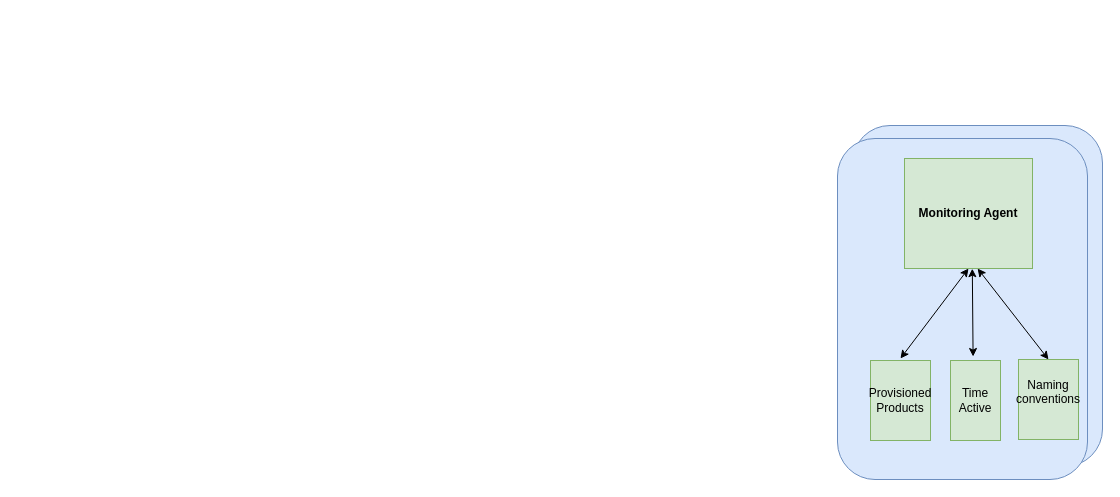
Above: Untitled Diagram.drawio in AchayoEarnest/AchayoEarnest (draw.io), before the change. Source tidied: cells renumbered, new cells numbered last; positions are measured from the earlier drawing's top-left corner, leaving out a move shared by most shapes. Both pictures are drawn from the tidied source at 100%, with x=0, y=0 at pixel (837, 125).
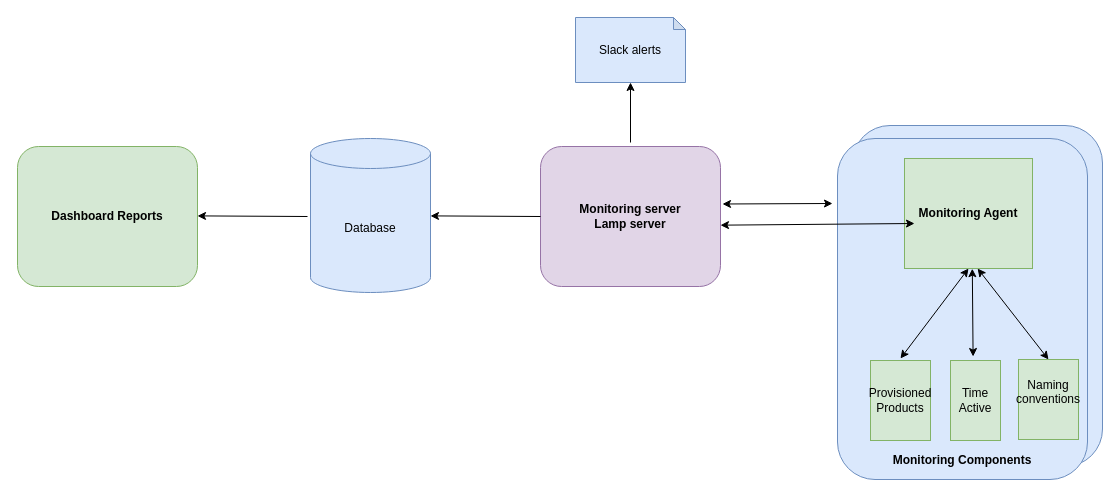
The same diagram, later.

What changed in the source:
```diff
@@
-<mxGraphModel>
+<mxGraphModel background="#ffffff">
@@
-    <mxCell id="3" style="rounded=1;whiteSpace=wrap;html=1;fillColor=#dae8fc;strokeColor=#6c8ebf;" parent="1" vertex="1">
+    <mxCell id="3" value="&lt;div&gt;&lt;br&gt;&lt;/div&gt;&lt;div&gt;&lt;br&gt;&lt;/div&gt;&lt;div&gt;&lt;br&gt;&lt;/div&gt;&lt;div&gt;&lt;br&gt;&lt;/div&gt;&lt;div&gt;&lt;br&gt;&lt;/div&gt;&lt;div&gt;&lt;br&gt;&lt;/div&gt;&lt;div&gt;&lt;br&gt;&lt;/div&gt;&lt;div&gt;&lt;br&gt;&lt;/div&gt;&lt;div&gt;&lt;br&gt;&lt;/div&gt;&lt;div&gt;&lt;br&gt;&lt;/div&gt;&lt;div&gt;&lt;br&gt;&lt;/div&gt;&lt;div&gt;&lt;br&gt;&lt;/div&gt;&lt;div&gt;&lt;br&gt;&lt;/div&gt;&lt;div&gt;&lt;br&gt;&lt;/div&gt;&lt;div&gt;&lt;br&gt;&lt;/div&gt;&lt;div&gt;&lt;br&gt;&lt;/div&gt;&lt;div&gt;&lt;br&gt;&lt;/div&gt;&lt;div&gt;&lt;br&gt;&lt;/div&gt;&lt;div&gt;&lt;br&gt;&lt;/div&gt;&lt;div&gt;&lt;br&gt;&lt;/div&gt;&lt;div&gt;&lt;br&gt;&lt;/div&gt;&lt;div&gt;&lt;b&gt;Monitoring Components&lt;/b&gt;&lt;/div&gt;" style="rounded=1;whiteSpace=wrap;html=1;fillColor=#dae8fc;strokeColor=#6c8ebf;" parent="1" vertex="1">
       <mxGeometry y="13" width="250" height="341" as="geometry" />
     </mxCell>
@@
+    <mxCell id="11" value="&lt;b&gt;Monitoring server&lt;/b&gt;&lt;div&gt;&lt;b&gt;Lamp server&lt;/b&gt;&lt;/div&gt;" style="rounded=1;whiteSpace=wrap;html=1;fillColor=#e1d5e7;strokeColor=#9673a6;" parent="1" vertex="1">
+      <mxGeometry x="-297" y="21" width="180" height="140" as="geometry" />
+    </mxCell>
+    <mxCell id="12" style="endArrow=classic;startArrow=classic;html=1;rounded=0;" parent="1" edge="1">
+      <mxGeometry relative="1" as="geometry">
+        <mxPoint x="-115" y="78.5" as="sourcePoint" />
+        <mxPoint x="-5" y="78" as="targetPoint" />
+      </mxGeometry>
+    </mxCell>
+    <mxCell id="13" style="endArrow=classic;startArrow=classic;html=1;rounded=0;entryX=0;entryY=0.5;entryDx=0;entryDy=0;exitX=1;exitY=0.562;exitDx=0;exitDy=0;exitPerimeter=0;" parent="1" edge="1" source="11">
+      <mxGeometry relative="1" as="geometry">
+        <mxPoint x="77" y="98" as="targetPoint" />
+      </mxGeometry>
+    </mxCell>
+    <mxCell id="14" value="Slack alerts" style="shape=note;whiteSpace=wrap;html=1;backgroundOutline=1;darkOpacity=0.05;direction=east;size=12;fillColor=#dae8fc;strokeColor=#6c8ebf;" parent="1" vertex="1">
+      <mxGeometry x="-262" y="-108" width="110" height="65" as="geometry" />
+    </mxCell>
+    <mxCell id="15" style="endArrow=classic;html=1;rounded=0;entryX=0.5;entryY=1;entryDx=0;entryDy=0;entryPerimeter=0;" parent="1" edge="1" target="14">
+      <mxGeometry relative="1" as="geometry">
+        <mxPoint x="-207" y="17" as="sourcePoint" />
+      </mxGeometry>
+    </mxCell>
+    <mxCell id="16" value="Database" style="shape=cylinder3;whiteSpace=wrap;html=1;boundedLbl=1;backgroundOutline=1;size=15;fillColor=#dae8fc;strokeColor=#6c8ebf;" parent="1" vertex="1">
+      <mxGeometry x="-527" y="13" width="120" height="154" as="geometry" />
+    </mxCell>
+    <mxCell id="17" value="&lt;b&gt;Dashboard Reports&lt;/b&gt;" style="rounded=1;whiteSpace=wrap;html=1;fillColor=#d5e8d4;strokeColor=#82b366;" parent="1" vertex="1">
+      <mxGeometry x="-820" y="21" width="180" height="140" as="geometry" />
+    </mxCell>
+    <mxCell id="18" style="endArrow=classic;html=1;rounded=0;exitX=0;exitY=0.5;exitDx=0;exitDy=0;" parent="1" edge="1" source="11">
+      <mxGeometry relative="1" as="geometry">
+        <mxPoint x="-407" y="90.4" as="targetPoint" />
+      </mxGeometry>
+    </mxCell>
+    <mxCell id="19" style="endArrow=classic;html=1;rounded=0;exitX=0;exitY=0.5;exitDx=0;exitDy=0;" parent="1" edge="1">
+      <mxGeometry relative="1" as="geometry">
+        <mxPoint x="-530" y="91" as="sourcePoint" />
+        <mxPoint x="-640" y="90.4" as="targetPoint" />
+      </mxGeometry>
+    </mxCell>
```
